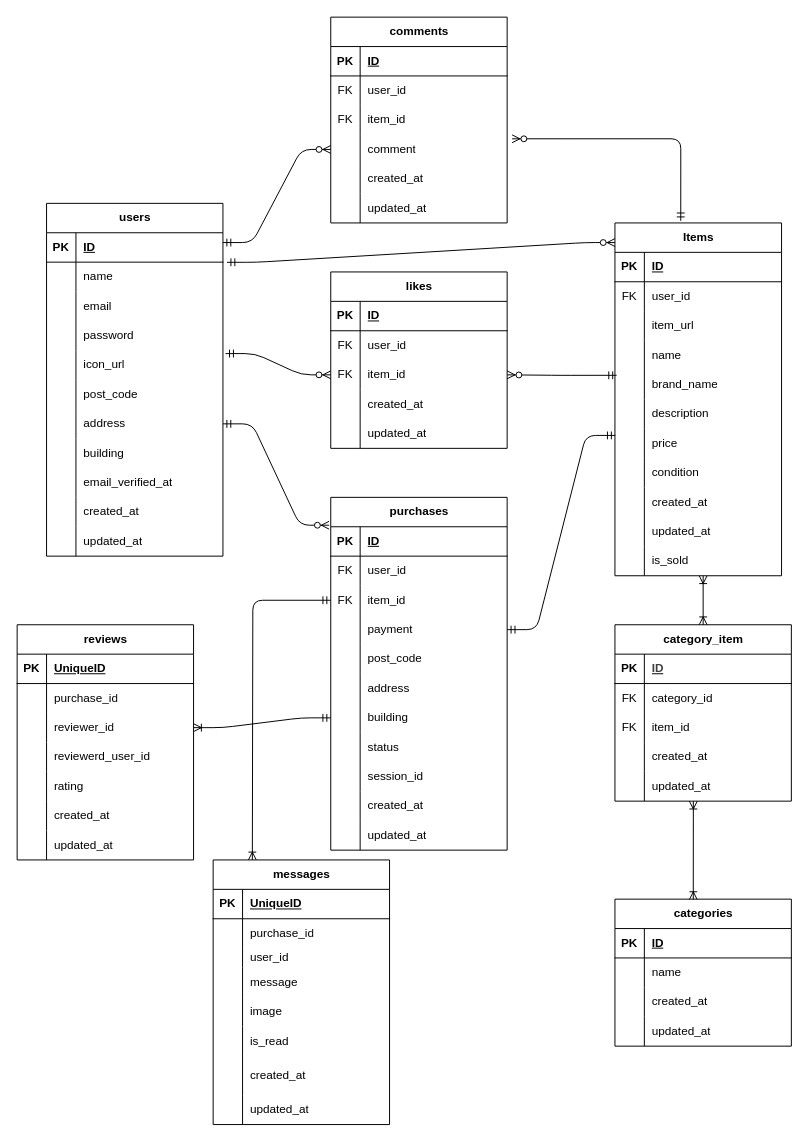
This is frema.drawio from yuri-tomabechi/frema-app, a draw.io file, before an edit. Source tidied: cells renumbered, new cells numbered last; positions are measured from the earlier drawing's top-left corner, leaving out a move shared by most shapes. Both pictures are drawn from the tidied source at 98%, with x=0, y=0 at pixel (-91, -81).
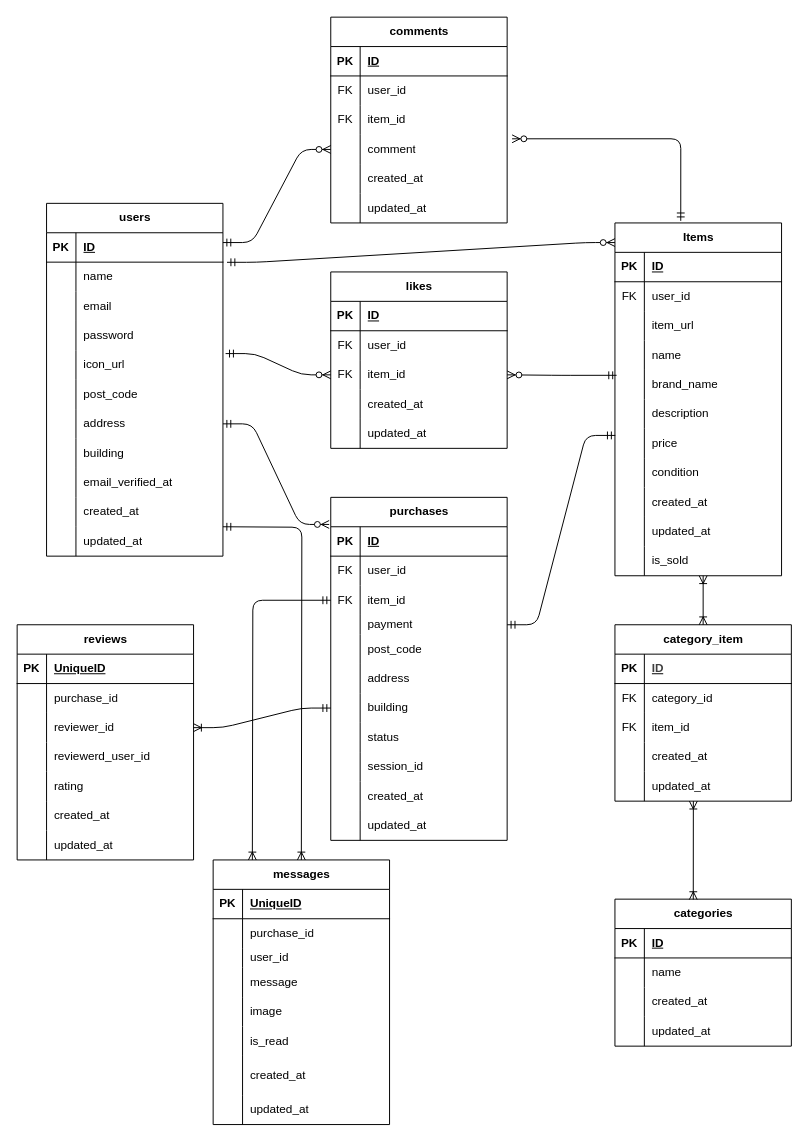
After the change.

What changed in the source:
```diff
@@
     <mxCell id="105" value="purchases" style="shape=table;startSize=30;childLayout=tableLayout;rowLines=0;fontStyle=1;align=center;html=1;" parent="1" vertex="1">
-      <mxGeometry x="430" y="590" width="180" height="360" as="geometry" />
+      <mxGeometry x="430" y="590" width="180" height="350" as="geometry" />
     </mxCell>
@@
     <mxCell id="115" style="shape=tableRow;horizontal=0;startSize=0;swimlaneHead=0;swimlaneBody=0;fillColor=none;points=[[0,0.5],[1,0.5]];portConstraint=eastwest;top=0;left=0;right=0;bottom=0;" parent="105" vertex="1">
-      <mxGeometry y="120" width="180" height="30" as="geometry" />
+      <mxGeometry y="120" width="180" height="20" as="geometry" />
     </mxCell>
     <mxCell id="116" style="shape=partialRectangle;fillColor=none;top=0;left=0;bottom=0;right=0;overflow=hidden;whiteSpace=wrap;html=1;" parent="115" vertex="1">
-      <mxGeometry width="30" height="30" as="geometry" />
+      <mxGeometry width="30" height="20" as="geometry" />
     </mxCell>
     <mxCell id="117" value="payment" style="shape=partialRectangle;fillColor=none;top=0;left=0;bottom=0;right=0;align=left;spacingLeft=6;overflow=hidden;whiteSpace=wrap;html=1;" parent="115" vertex="1">
-      <mxGeometry x="30" width="150" height="30" as="geometry" />
+      <mxGeometry x="30" width="150" height="20" as="geometry" />
     </mxCell>
     <mxCell id="118" style="shape=tableRow;horizontal=0;startSize=0;swimlaneHead=0;swimlaneBody=0;fillColor=none;top=0;left=0;right=0;bottom=0;" parent="105" vertex="1">
-      <mxGeometry y="150" width="180" height="30" as="geometry" />
+      <mxGeometry y="140" width="180" height="30" as="geometry" />
     </mxCell>
@@
     <mxCell id="121" style="shape=tableRow;horizontal=0;startSize=0;swimlaneHead=0;swimlaneBody=0;fillColor=none;top=0;left=0;right=0;bottom=0;" parent="105" vertex="1">
-      <mxGeometry y="180" width="180" height="30" as="geometry" />
+      <mxGeometry y="170" width="180" height="30" as="geometry" />
     </mxCell>
@@
     <mxCell id="124" style="shape=tableRow;horizontal=0;startSize=0;swimlaneHead=0;swimlaneBody=0;fillColor=none;points=[[0,0.5],[1,0.5]];portConstraint=eastwest;top=0;left=0;right=0;bottom=0;" parent="105" vertex="1">
-      <mxGeometry y="210" width="180" height="30" as="geometry" />
+      <mxGeometry y="200" width="180" height="30" as="geometry" />
     </mxCell>
@@
     <mxCell id="127" style="shape=tableRow;horizontal=0;startSize=0;swimlaneHead=0;swimlaneBody=0;fillColor=none;top=0;left=0;right=0;bottom=0;" parent="105" vertex="1">
-      <mxGeometry y="240" width="180" height="30" as="geometry" />
+      <mxGeometry y="230" width="180" height="30" as="geometry" />
     </mxCell>
@@
     <mxCell id="130" style="shape=tableRow;horizontal=0;startSize=0;swimlaneHead=0;swimlaneBody=0;fillColor=none;top=0;left=0;right=0;bottom=0;" parent="105" vertex="1">
-      <mxGeometry y="270" width="180" height="30" as="geometry" />
+      <mxGeometry y="260" width="180" height="30" as="geometry" />
     </mxCell>
@@
     <mxCell id="133" style="shape=tableRow;horizontal=0;startSize=0;swimlaneHead=0;swimlaneBody=0;fillColor=none;top=0;left=0;right=0;bottom=0;" parent="105" vertex="1">
-      <mxGeometry y="300" width="180" height="30" as="geometry" />
+      <mxGeometry y="290" width="180" height="30" as="geometry" />
     </mxCell>
@@
     <mxCell id="136" style="shape=tableRow;horizontal=0;startSize=0;swimlaneHead=0;swimlaneBody=0;fillColor=none;top=0;left=0;right=0;bottom=0;" parent="105" vertex="1">
-      <mxGeometry y="330" width="180" height="30" as="geometry" />
+      <mxGeometry y="320" width="180" height="30" as="geometry" />
     </mxCell>
@@
+    <mxCell id="226" style="edgeStyle=orthogonalEdgeStyle;fontSize=12;html=1;endArrow=ERoneToMany;startArrow=ERmandOne;" parent="1" edge="1">
+      <mxGeometry relative="1" as="geometry">
+        <mxPoint x="320" y="620" as="sourcePoint" />
+        <mxPoint x="400" y="960" as="targetPoint" />
+      </mxGeometry>
+    </mxCell>
```
